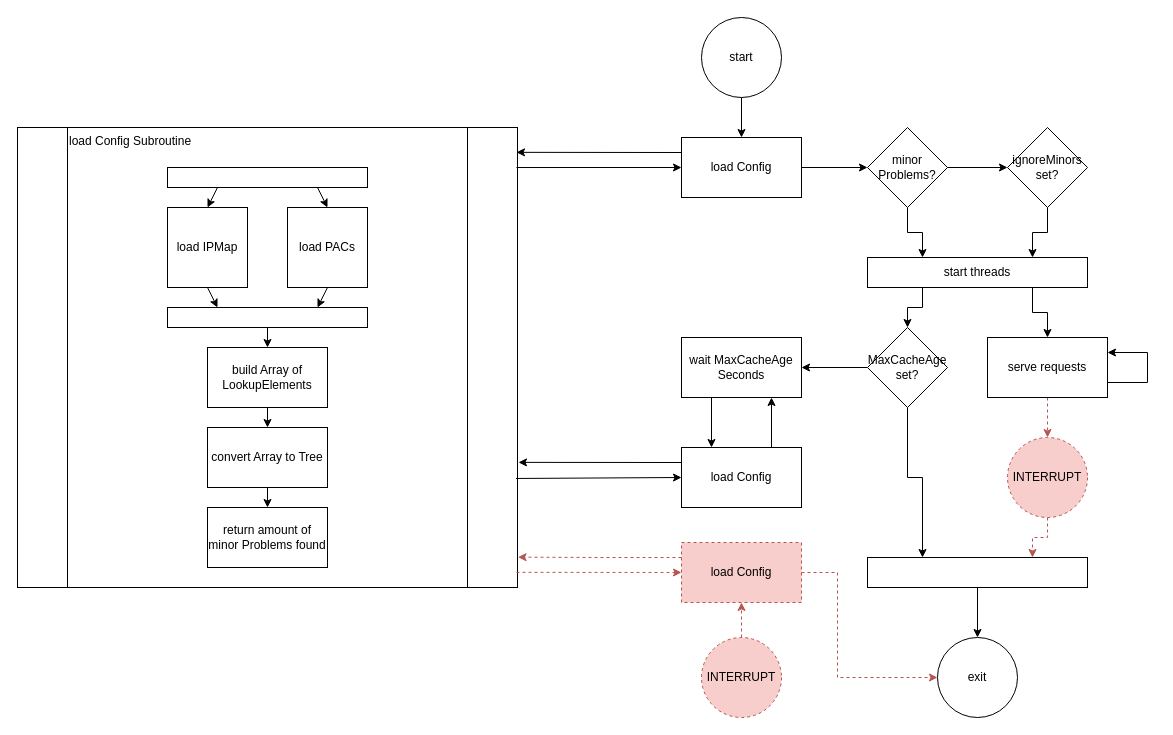
Earlier version of the draw.io diagram docs/flow.drawio (TimeForANinja/pacserver). Source tidied: cells renumbered, new cells numbered last; positions are measured from the earlier drawing's top-left corner, leaving out a move shared by most shapes. Both pictures are drawn from the tidied source at 100%, with x=0, y=0 at pixel (17, 17).
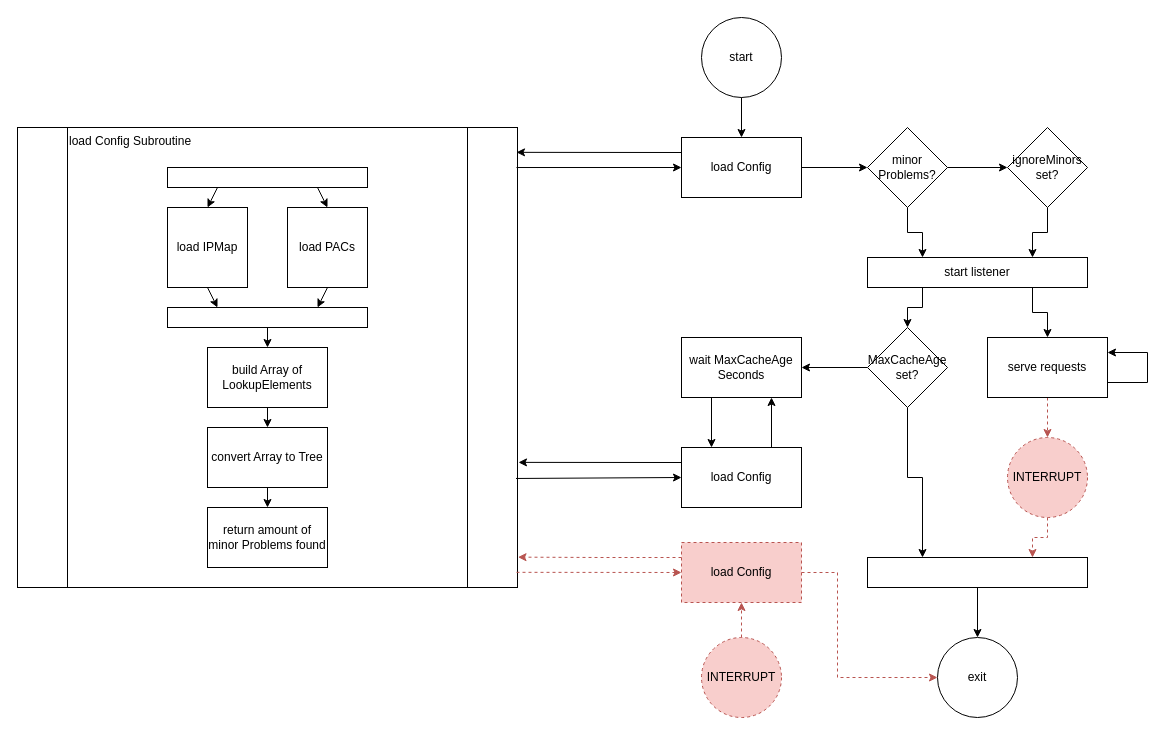
The same diagram, later.

The edit, as a diff of the source:
```diff
@@
-    <mxCell id="32" value="start threads" style="rounded=0;whiteSpace=wrap;html=1;" parent="1" vertex="1">
+    <mxCell id="32" value="start listener" style="rounded=0;whiteSpace=wrap;html=1;" parent="1" vertex="1">
       <mxGeometry x="850" y="240" width="220" height="30" as="geometry" />
     </mxCell>
```
